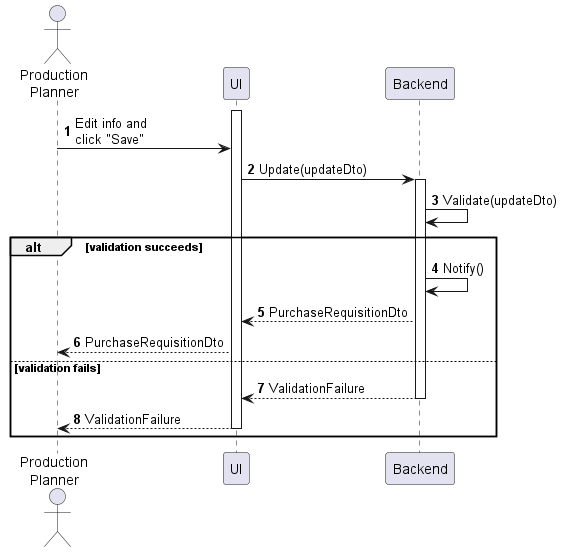
Before: sequences/purchase-requisition-update.png, a diagram exported from PlantUML (phihungha/scmss-reqs).
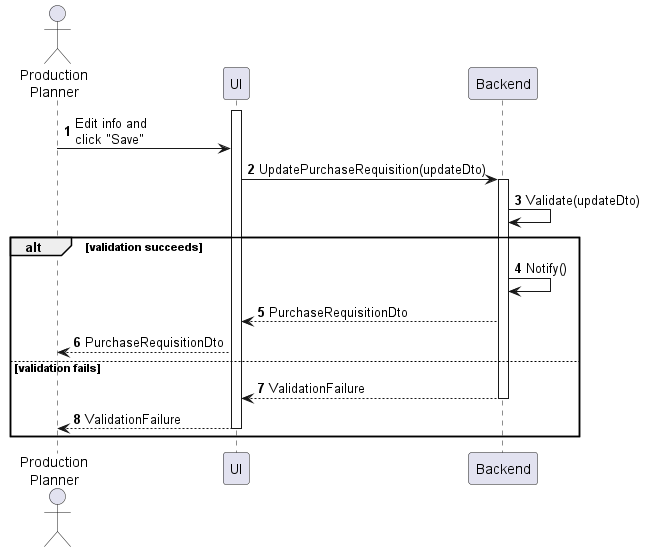
The same diagram one commit later.

Diff of the diagram source:
```diff
@@ -7,7 +7,7 @@
 
 activate f
 a -> f : Edit info and\nclick "Save"
-f -> b : Update(updateDto)
+f -> b : UpdatePurchaseRequisition(updateDto)
 activate b
 b -> b : Validate(updateDto)
 
```
